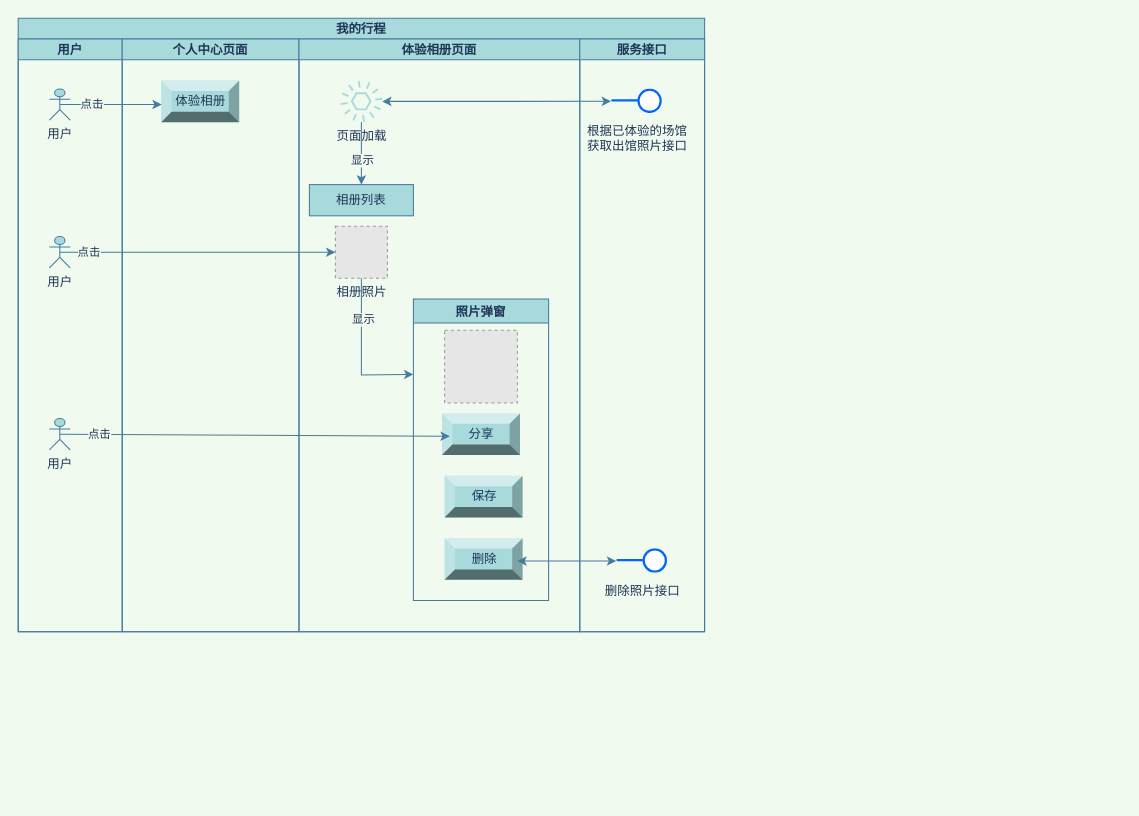
Before: page "我的行程" (6 of 8) of Untitled Diagram.drawio in LXX1029/process, a draw.io diagram. Source tidied: cells renumbered, new cells numbered last; positions are measured from the earlier drawing's top-left corner, leaving out a move shared by most shapes. Both pictures are drawn from the tidied source at 104%, with x=0, y=0 at pixel (18, 18). Pictures stored in the file or linked from it are replaced by grey dashed boxes.
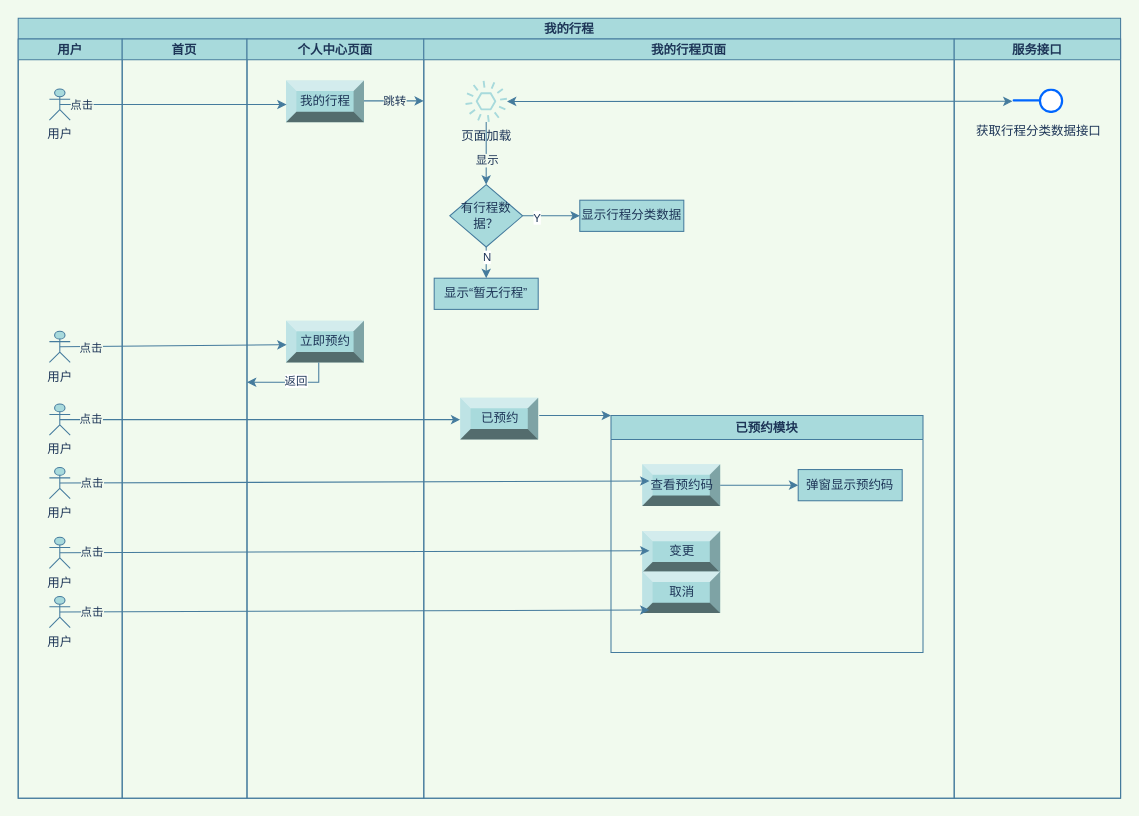
The same diagram, later.

Unchanged cells that the change refers to:
```xml
<mxCell id="4" value="用户" style="shape=umlActor;verticalLabelPosition=bottom;verticalAlign=top;html=1;outlineConnect=0;rounded=0;sketch=0;fontColor=#1D3557;strokeColor=#457B9D;fillColor=#A8DADC;" parent="3" vertex="1">
  <mxGeometry x="30" y="48" width="20" height="30" as="geometry" />
</mxCell>
<mxCell id="10" value="页面加载" style="sketch=0;outlineConnect=0;fontColor=#1D3557;fillColor=#A8DADC;strokeColor=none;dashed=0;verticalLabelPosition=bottom;verticalAlign=top;align=center;html=1;fontSize=12;fontStyle=0;shape=mxgraph.aws4.event;rounded=0;" parent="9" vertex="1">
  <mxGeometry x="40" y="40" width="40" height="40" as="geometry" />
</mxCell>
```

What changed in the source:
```diff
@@
     <mxCell id="2" value="我的行程" style="swimlane;startSize=20;fillColor=#A8DADC;strokeColor=#457B9D;fontColor=#1D3557;" parent="1" vertex="1">
-      <mxGeometry width="660" height="590" as="geometry" />
+      <mxGeometry width="1060" height="750" as="geometry" />
     </mxCell>
     <mxCell id="3" value="用户" style="swimlane;startSize=20;fillColor=#A8DADC;strokeColor=#457B9D;fontColor=#1D3557;" parent="2" vertex="1">
-      <mxGeometry y="20" width="100" height="570" as="geometry" />
+      <mxGeometry y="20" width="100" height="730" as="geometry" />
     </mxCell>
@@
     <mxCell id="5" value="用户" style="shape=umlActor;verticalLabelPosition=bottom;verticalAlign=top;html=1;outlineConnect=0;rounded=0;sketch=0;fontColor=#1D3557;strokeColor=#457B9D;fillColor=#A8DADC;" parent="3" vertex="1">
-      <mxGeometry x="30" y="190" width="20" height="30" as="geometry" />
+      <mxGeometry x="30" y="351" width="20" height="30" as="geometry" />
     </mxCell>
     <mxCell id="6" value="用户" style="shape=umlActor;verticalLabelPosition=bottom;verticalAlign=top;html=1;outlineConnect=0;rounded=0;sketch=0;fontColor=#1D3557;strokeColor=#457B9D;fillColor=#A8DADC;" parent="3" vertex="1">
-      <mxGeometry x="30" y="365" width="20" height="30" as="geometry" />
+      <mxGeometry x="30" y="412" width="20" height="30" as="geometry" />
     </mxCell>
+    <mxCell id="33" value="用户" style="shape=umlActor;verticalLabelPosition=bottom;verticalAlign=top;html=1;outlineConnect=0;rounded=0;sketch=0;fontColor=#1D3557;strokeColor=#457B9D;fillColor=#A8DADC;" parent="3" vertex="1">
+      <mxGeometry x="30" y="281" width="20" height="30" as="geometry" />
+    </mxCell>
+    <mxCell id="34" value="首页" style="swimlane;rounded=0;sketch=0;fontColor=#1D3557;strokeColor=#457B9D;fillColor=#A8DADC;startSize=20;" parent="2" vertex="1">
+      <mxGeometry x="100" y="20" width="120" height="730" as="geometry" />
+    </mxCell>
     <mxCell id="7" value="个人中心页面" style="swimlane;startSize=20;fillColor=#A8DADC;strokeColor=#457B9D;fontColor=#1D3557;" parent="2" vertex="1">
-      <mxGeometry x="100" y="20" width="170" height="570" as="geometry" />
+      <mxGeometry x="220" y="20" width="170" height="730" as="geometry" />
     </mxCell>
-    <mxCell id="8" value="体验相册" style="labelPosition=center;verticalLabelPosition=middle;align=center;html=1;shape=mxgraph.basic.shaded_button;dx=10;fillColor=#A8DADC;strokeColor=none;rounded=0;sketch=0;fontColor=#1D3557;" parent="7" vertex="1">
+    <mxCell id="8" value="我的行程" style="labelPosition=center;verticalLabelPosition=middle;align=center;html=1;shape=mxgraph.basic.shaded_button;dx=10;fillColor=#A8DADC;strokeColor=none;rounded=0;sketch=0;fontColor=#1D3557;" parent="7" vertex="1">
       <mxGeometry x="37.5" y="40" width="75" height="40" as="geometry" />
     </mxCell>
+    <mxCell id="35" value="立即预约" style="labelPosition=center;verticalLabelPosition=middle;align=center;html=1;shape=mxgraph.basic.shaded_button;dx=10;fillColor=#A8DADC;strokeColor=none;rounded=0;sketch=0;fontColor=#1D3557;" parent="7" vertex="1">
+      <mxGeometry x="37.5" y="271" width="75" height="40" as="geometry" />
+    </mxCell>
+    <mxCell id="36" style="endArrow=classic;html=1;rounded=1;sketch=0;fontColor=#1D3557;strokeColor=#457B9D;fillColor=#A8DADC;curved=0;labelBackgroundColor=#F1FAEE;" parent="7" edge="1">
+      <mxGeometry relative="1" as="geometry">
+        <mxPoint x="112.5" y="59.5" as="sourcePoint" />
+        <mxPoint x="170" y="59.5" as="targetPoint" />
+      </mxGeometry>
+    </mxCell>
+    <mxCell id="37" value="跳转" style="edgeLabel;html=1;align=center;verticalAlign=middle;fontColor=#1D3557;labelBackgroundColor=#F1FAEE;" parent="36" vertex="1">
+      <mxGeometry x="0.16" y="1" relative="1" as="geometry">
+        <mxPoint x="-4" y="1" as="offset" />
+      </mxGeometry>
+    </mxCell>
+    <mxCell id="22" style="endArrow=classic;html=1;rounded=1;sketch=0;fontColor=#1D3557;strokeColor=#457B9D;fillColor=#A8DADC;curved=0;exitX=0.5;exitY=0.5;exitDx=0;exitDy=0;exitPerimeter=0;entryX=0.007;entryY=0.575;entryDx=0;entryDy=0;entryPerimeter=0;labelBackgroundColor=#F1FAEE;" parent="2" edge="1" source="4" target="8">
+      <mxGeometry relative="1" as="geometry" />
+    </mxCell>
+    <mxCell id="23" value="点击" style="edgeLabel;html=1;align=center;verticalAlign=middle;fontColor=#1D3557;labelBackgroundColor=#F1FAEE;" parent="22" vertex="1">
+      <mxGeometry x="-0.28" y="1" relative="1" as="geometry">
+        <mxPoint x="-58" y="1" as="offset" />
+      </mxGeometry>
+    </mxCell>
-    <mxCell id="9" value="体验相册页面" style="swimlane;startSize=20;fillColor=#A8DADC;strokeColor=#457B9D;fontColor=#1D3557;" parent="2" vertex="1">
-      <mxGeometry x="270" y="20" width="270" height="570" as="geometry" />
+    <mxCell id="9" value="我的行程页面" style="swimlane;startSize=20;fillColor=#A8DADC;strokeColor=#457B9D;fontColor=#1D3557;" parent="2" vertex="1">
+      <mxGeometry x="390" y="20" width="510" height="730" as="geometry" />
     </mxCell>
@@
-    <mxCell id="11" value="相册列表" style="rounded=0;whiteSpace=wrap;html=1;sketch=0;fontColor=#1D3557;strokeColor=#457B9D;fillColor=#A8DADC;" parent="9" vertex="1">
-      <mxGeometry x="10" y="140" width="100" height="30" as="geometry" />
+    <mxCell id="11" value="显示行程分类数据" style="rounded=0;whiteSpace=wrap;html=1;sketch=0;fontColor=#1D3557;strokeColor=#457B9D;fillColor=#A8DADC;" parent="9" vertex="1">
+      <mxGeometry x="150" y="155" width="100" height="30" as="geometry" />
     </mxCell>
-    <mxCell id="12" style="endArrow=classic;html=1;rounded=1;sketch=0;fontColor=#1D3557;strokeColor=#457B9D;fillColor=#A8DADC;curved=0;labelBackgroundColor=#F1FAEE;" parent="9" edge="1" source="10" target="11">
+    <mxCell id="12" style="endArrow=classic;html=1;rounded=1;sketch=0;fontColor=#1D3557;strokeColor=#457B9D;fillColor=#A8DADC;curved=0;labelBackgroundColor=#F1FAEE;" parent="9" edge="1" source="10" target="38">
       <mxGeometry relative="1" as="geometry" />
     </mxCell>
@@
-    <mxCell id="14" value="相册照片" style="fillColor=#E6E6E6;strokeColor=#999999;dashed=1;html=1;verticalAlign=top;verticalLabelPosition=bottom;labelBackgroundColor=#F1FAEE;fontColor=#1D3557;" parent="9" vertex="1">
-      <mxGeometry x="35" y="180" width="50" height="50" as="geometry" />
-    </mxCell>
-    <mxCell id="15" value="照片弹窗" style="swimlane;rounded=0;sketch=0;fontColor=#1D3557;strokeColor=#457B9D;fillColor=#A8DADC;" parent="9" vertex="1">
-      <mxGeometry x="110" y="250" width="130" height="290" as="geometry" />
-    </mxCell>
-    <mxCell id="16" style="fillColor=#E6E6E6;strokeColor=#999999;dashed=1;html=1;verticalAlign=top;verticalLabelPosition=bottom;labelBackgroundColor=#F1FAEE;fontColor=#1D3557;" parent="15" vertex="1">
-      <mxGeometry x="30" y="30" width="70" height="70" as="geometry" />
-    </mxCell>
-    <mxCell id="17" value="分享" style="labelPosition=center;verticalLabelPosition=middle;align=center;html=1;shape=mxgraph.basic.shaded_button;dx=10;fillColor=#A8DADC;strokeColor=none;rounded=0;sketch=0;fontColor=#1D3557;" parent="15" vertex="1">
-      <mxGeometry x="27.5" y="110" width="75" height="40" as="geometry" />
-    </mxCell>
-    <mxCell id="18" value="保存" style="labelPosition=center;verticalLabelPosition=middle;align=center;html=1;shape=mxgraph.basic.shaded_button;dx=10;fillColor=#A8DADC;strokeColor=none;rounded=0;sketch=0;fontColor=#1D3557;" parent="15" vertex="1">
-      <mxGeometry x="30" y="170" width="75" height="40" as="geometry" />
-    </mxCell>
-    <mxCell id="19" value="删除" style="labelPosition=center;verticalLabelPosition=middle;align=center;html=1;shape=mxgraph.basic.shaded_button;dx=10;fillColor=#A8DADC;strokeColor=none;rounded=0;sketch=0;fontColor=#1D3557;" parent="15" vertex="1">
-      <mxGeometry x="30" y="230" width="75" height="40" as="geometry" />
-    </mxCell>
-    <mxCell id="20" style="endArrow=classic;html=1;rounded=0;sketch=0;fontColor=#1D3557;strokeColor=#457B9D;fillColor=#A8DADC;entryX=0;entryY=0.25;entryDx=0;entryDy=0;labelBackgroundColor=#F1FAEE;" parent="9" edge="1" source="14" target="15">
-      <mxGeometry relative="1" as="geometry">
-        <Array as="points">
-          <mxPoint x="60" y="323" />
-        </Array>
-      </mxGeometry>
-    </mxCell>
-    <mxCell id="21" value="显示" style="edgeLabel;html=1;align=center;verticalAlign=middle;fontColor=#1D3557;labelBackgroundColor=#F1FAEE;" parent="20" vertex="1">
-      <mxGeometry x="-0.46" y="1" relative="1" as="geometry" />
-    </mxCell>
-    <mxCell id="22" style="endArrow=classic;html=1;rounded=1;sketch=0;fontColor=#1D3557;strokeColor=#457B9D;fillColor=#A8DADC;curved=0;exitX=0.5;exitY=0.5;exitDx=0;exitDy=0;exitPerimeter=0;entryX=0.007;entryY=0.575;entryDx=0;entryDy=0;entryPerimeter=0;labelBackgroundColor=#F1FAEE;" parent="2" edge="1" source="4" target="8">
-      <mxGeometry relative="1" as="geometry" />
-    </mxCell>
-    <mxCell id="23" value="点击" style="edgeLabel;html=1;align=center;verticalAlign=middle;fontColor=#1D3557;labelBackgroundColor=#F1FAEE;" parent="22" vertex="1">
-      <mxGeometry x="-0.28" y="1" relative="1" as="geometry">
-        <mxPoint x="-5" as="offset" />
-      </mxGeometry>
-    </mxCell>
+    <mxCell id="38" value="有行程数据？" style="rhombus;whiteSpace=wrap;html=1;rounded=0;sketch=0;fontColor=#1D3557;strokeColor=#457B9D;fillColor=#A8DADC;" parent="9" vertex="1">
+      <mxGeometry x="25" y="140" width="70" height="60" as="geometry" />
+    </mxCell>
+    <mxCell id="39" style="endArrow=classic;html=1;rounded=1;sketch=0;fontColor=#1D3557;strokeColor=#457B9D;fillColor=#A8DADC;curved=0;exitX=1;exitY=0.5;exitDx=0;exitDy=0;entryX=0;entryY=0.5;entryDx=0;entryDy=0;" parent="9" edge="1" source="38" target="11">
+      <mxGeometry relative="1" as="geometry" />
+    </mxCell>
+    <mxCell id="40" value="Y" style="edgeLabel;html=1;align=center;verticalAlign=middle;fontColor=#1D3557;" parent="39" vertex="1">
+      <mxGeometry x="-0.53" y="-1" relative="1" as="geometry" />
+    </mxCell>
+    <mxCell id="41" value="显示“暂无行程”" style="rounded=0;whiteSpace=wrap;html=1;sketch=0;fontColor=#1D3557;strokeColor=#457B9D;fillColor=#A8DADC;" parent="9" vertex="1">
+      <mxGeometry x="10" y="230" width="100" height="30" as="geometry" />
+    </mxCell>
+    <mxCell id="42" style="endArrow=classic;html=1;rounded=1;sketch=0;fontColor=#1D3557;strokeColor=#457B9D;fillColor=#A8DADC;curved=0;exitX=0.5;exitY=1;exitDx=0;exitDy=0;entryX=0.5;entryY=0;entryDx=0;entryDy=0;" parent="9" edge="1" source="38" target="41">
+      <mxGeometry relative="1" as="geometry" />
+    </mxCell>
+    <mxCell id="43" value="N" style="edgeLabel;html=1;align=center;verticalAlign=middle;fontColor=#1D3557;" parent="42" vertex="1">
+      <mxGeometry x="-0.37" relative="1" as="geometry" />
+    </mxCell>
+    <mxCell id="44" value="已预约模块" style="swimlane;rounded=0;sketch=0;fontColor=#1D3557;strokeColor=#457B9D;fillColor=#A8DADC;" parent="9" vertex="1">
+      <mxGeometry x="180" y="362" width="300" height="228" as="geometry" />
+    </mxCell>
+    <mxCell id="45" value="查看预约码" style="labelPosition=center;verticalLabelPosition=middle;align=center;html=1;shape=mxgraph.basic.shaded_button;dx=10;fillColor=#A8DADC;strokeColor=none;rounded=0;sketch=0;fontColor=#1D3557;" parent="44" vertex="1">
+      <mxGeometry x="30" y="47" width="75" height="40" as="geometry" />
+    </mxCell>
+    <mxCell id="46" value="变更" style="labelPosition=center;verticalLabelPosition=middle;align=center;html=1;shape=mxgraph.basic.shaded_button;dx=10;fillColor=#A8DADC;strokeColor=none;rounded=0;sketch=0;fontColor=#1D3557;" parent="44" vertex="1">
+      <mxGeometry x="30" y="111" width="75" height="40" as="geometry" />
+    </mxCell>
+    <mxCell id="47" value="取消" style="labelPosition=center;verticalLabelPosition=middle;align=center;html=1;shape=mxgraph.basic.shaded_button;dx=10;fillColor=#A8DADC;strokeColor=none;rounded=0;sketch=0;fontColor=#1D3557;" parent="44" vertex="1">
+      <mxGeometry x="30" y="150" width="75" height="40" as="geometry" />
+    </mxCell>
+    <mxCell id="48" value="弹窗显示预约码" style="rounded=0;whiteSpace=wrap;html=1;sketch=0;fontColor=#1D3557;strokeColor=#457B9D;fillColor=#A8DADC;" parent="44" vertex="1">
+      <mxGeometry x="180" y="52" width="100" height="30" as="geometry" />
+    </mxCell>
+    <mxCell id="49" value="已预约" style="labelPosition=center;verticalLabelPosition=middle;align=center;html=1;shape=mxgraph.basic.shaded_button;dx=10;fillColor=#A8DADC;strokeColor=none;rounded=0;sketch=0;fontColor=#1D3557;" parent="9" vertex="1">
+      <mxGeometry x="35" y="345" width="75" height="40" as="geometry" />
+    </mxCell>
+    <mxCell id="50" style="endArrow=classic;html=1;rounded=0;sketch=0;fontColor=#1D3557;strokeColor=#457B9D;fillColor=#A8DADC;exitX=1.013;exitY=0.425;exitDx=0;exitDy=0;exitPerimeter=0;entryX=0;entryY=0;entryDx=0;entryDy=0;" parent="9" edge="1" source="49" target="44">
+      <mxGeometry relative="1" as="geometry" />
+    </mxCell>
     <mxCell id="24" value="服务接口" style="swimlane;rounded=0;sketch=0;fontColor=#1D3557;strokeColor=#457B9D;fillColor=#A8DADC;startSize=20;" parent="2" vertex="1">
-      <mxGeometry x="540" y="20" width="120" height="570" as="geometry" />
+      <mxGeometry x="900" y="20" width="160" height="730" as="geometry" />
     </mxCell>
-    <mxCell id="25" value="根据已体验的场馆&lt;br&gt;获取出馆照片接口" style="perimeter=ellipsePerimeter;html=1;align=center;shadow=0;dashed=0;spacingTop=3;image;image=img/lib/active_directory/interface.svg;rounded=0;sketch=0;fontColor=#1D3557;strokeColor=#457B9D;fillColor=#A8DADC;labelBackgroundColor=#F1FAEE;" parent="24" vertex="1">
-      <mxGeometry x="30" y="48.2" width="50" height="23.5" as="geometry" />
+    <mxCell id="25" value="获取行程分类数据接口" style="perimeter=ellipsePerimeter;html=1;align=center;shadow=0;dashed=0;spacingTop=3;image;image=img/lib/active_directory/interface.svg;rounded=0;sketch=0;fontColor=#1D3557;strokeColor=#457B9D;fillColor=#A8DADC;labelBackgroundColor=#F1FAEE;" parent="24" vertex="1">
+      <mxGeometry x="56" y="48.2" width="50" height="23.5" as="geometry" />
     </mxCell>
-    <mxCell id="26" value="删除照片接口" style="perimeter=ellipsePerimeter;html=1;align=center;shadow=0;dashed=0;spacingTop=3;image;image=img/lib/active_directory/interface.svg;rounded=0;sketch=0;fontColor=#1D3557;strokeColor=#457B9D;fillColor=#A8DADC;labelBackgroundColor=#F1FAEE;" parent="24" vertex="1">
-      <mxGeometry x="35" y="490.2" width="50" height="23.5" as="geometry" />
-    </mxCell>
@@
-    <mxCell id="28" style="endArrow=classic;html=1;rounded=1;sketch=0;fontColor=#1D3557;strokeColor=#457B9D;fillColor=#A8DADC;curved=0;exitX=0.5;exitY=0.5;exitDx=0;exitDy=0;exitPerimeter=0;entryX=0;entryY=0.5;entryDx=0;entryDy=0;labelBackgroundColor=#F1FAEE;" parent="2" edge="1" source="5" target="14">
-      <mxGeometry relative="1" as="geometry" />
+    <mxCell id="28" style="endArrow=classic;html=1;rounded=1;sketch=0;fontColor=#1D3557;strokeColor=#457B9D;fillColor=#A8DADC;curved=0;exitX=0.5;exitY=0.5;exitDx=0;exitDy=0;exitPerimeter=0;entryX=0;entryY=0.5;entryDx=0;entryDy=0;labelBackgroundColor=#F1FAEE;" parent="2" edge="1" source="5">
+      <mxGeometry relative="1" as="geometry">
+        <mxPoint x="425" y="386" as="targetPoint" />
+      </mxGeometry>
     </mxCell>
     <mxCell id="29" value="点击" style="edgeLabel;html=1;align=center;verticalAlign=middle;fontColor=#1D3557;labelBackgroundColor=#F1FAEE;" parent="28" vertex="1">
       <mxGeometry x="-0.79" y="-1" relative="1" as="geometry">
-        <mxPoint x="-1" y="-2" as="offset" />
+        <mxPoint x="-11" y="-2" as="offset" />
       </mxGeometry>
     </mxCell>
-    <mxCell id="30" style="endArrow=classic;html=1;rounded=1;sketch=0;fontColor=#1D3557;strokeColor=#457B9D;fillColor=#A8DADC;curved=0;exitX=0.5;exitY=0.5;exitDx=0;exitDy=0;exitPerimeter=0;entryX=0.1;entryY=0.55;entryDx=0;entryDy=0;labelBackgroundColor=#F1FAEE;entryPerimeter=0;" parent="2" edge="1" source="6" target="17">
+    <mxCell id="30" style="endArrow=classic;html=1;rounded=1;sketch=0;fontColor=#1D3557;strokeColor=#457B9D;fillColor=#A8DADC;curved=0;exitX=0.5;exitY=0.5;exitDx=0;exitDy=0;exitPerimeter=0;labelBackgroundColor=#F1FAEE;entryX=0.093;entryY=0.4;entryDx=0;entryDy=0;entryPerimeter=0;" parent="2" edge="1" source="6" target="45">
       <mxGeometry relative="1" as="geometry" />
     </mxCell>
     <mxCell id="31" value="点击" style="edgeLabel;html=1;align=center;verticalAlign=middle;fontColor=#1D3557;labelBackgroundColor=#F1FAEE;" parent="30" vertex="1">
       <mxGeometry x="-0.79" y="-1" relative="1" as="geometry">
-        <mxPoint x="-1" y="-2" as="offset" />
+        <mxPoint x="-30" y="-1" as="offset" />
       </mxGeometry>
     </mxCell>
-    <mxCell id="32" style="endArrow=classic;startArrow=classic;html=1;rounded=0;sketch=0;fontColor=#1D3557;strokeColor=#457B9D;fillColor=#A8DADC;exitX=0.933;exitY=0.55;exitDx=0;exitDy=0;exitPerimeter=0;entryX=0;entryY=0.5;entryDx=0;entryDy=0;labelBackgroundColor=#F1FAEE;" parent="2" edge="1" source="19" target="26">
-      <mxGeometry relative="1" as="geometry" />
-    </mxCell>
+    <mxCell id="51" style="endArrow=classic;html=1;rounded=1;sketch=0;fontColor=#1D3557;strokeColor=#457B9D;fillColor=#A8DADC;curved=0;exitX=0.5;exitY=0.5;exitDx=0;exitDy=0;exitPerimeter=0;entryX=0.007;entryY=0.575;entryDx=0;entryDy=0;entryPerimeter=0;labelBackgroundColor=#F1FAEE;" parent="2" edge="1" source="33" target="35">
+      <mxGeometry relative="1" as="geometry" />
+    </mxCell>
+    <mxCell id="52" value="点击" style="edgeLabel;html=1;align=center;verticalAlign=middle;fontColor=#1D3557;labelBackgroundColor=#F1FAEE;" parent="51" vertex="1">
+      <mxGeometry x="-0.28" y="1" relative="1" as="geometry">
+        <mxPoint x="-48" y="2" as="offset" />
+      </mxGeometry>
+    </mxCell>
+    <mxCell id="53" style="endArrow=classic;html=1;rounded=0;sketch=0;fontColor=#1D3557;strokeColor=#457B9D;fillColor=#A8DADC;exitX=0.42;exitY=1;exitDx=0;exitDy=0;exitPerimeter=0;" parent="1" edge="1" source="35">
+      <mxGeometry relative="1" as="geometry">
+        <mxPoint x="220" y="350" as="targetPoint" />
+        <Array as="points">
+          <mxPoint x="289" y="350" />
+        </Array>
+      </mxGeometry>
+    </mxCell>
+    <mxCell id="54" value="返回" style="edgeLabel;html=1;align=center;verticalAlign=middle;fontColor=#1D3557;" parent="53" vertex="1">
+      <mxGeometry x="-0.14" y="1" relative="1" as="geometry">
+        <mxPoint x="-4" y="-3" as="offset" />
+      </mxGeometry>
+    </mxCell>
+    <mxCell id="55" value="用户" style="shape=umlActor;verticalLabelPosition=bottom;verticalAlign=top;html=1;outlineConnect=0;rounded=0;sketch=0;fontColor=#1D3557;strokeColor=#457B9D;fillColor=#A8DADC;" parent="1" vertex="1">
+      <mxGeometry x="30" y="499" width="20" height="30" as="geometry" />
+    </mxCell>
+    <mxCell id="56" style="endArrow=classic;html=1;rounded=1;sketch=0;fontColor=#1D3557;strokeColor=#457B9D;fillColor=#A8DADC;curved=0;exitX=0.5;exitY=0.5;exitDx=0;exitDy=0;exitPerimeter=0;labelBackgroundColor=#F1FAEE;entryX=0.093;entryY=0.4;entryDx=0;entryDy=0;entryPerimeter=0;" parent="1" edge="1" source="55">
+      <mxGeometry relative="1" as="geometry">
+        <mxPoint x="607" y="512" as="targetPoint" />
+      </mxGeometry>
+    </mxCell>
+    <mxCell id="57" value="点击" style="edgeLabel;html=1;align=center;verticalAlign=middle;fontColor=#1D3557;labelBackgroundColor=#F1FAEE;" parent="56" vertex="1">
+      <mxGeometry x="-0.79" y="-1" relative="1" as="geometry">
+        <mxPoint x="-30" y="-1" as="offset" />
+      </mxGeometry>
+    </mxCell>
+    <mxCell id="58" value="用户" style="shape=umlActor;verticalLabelPosition=bottom;verticalAlign=top;html=1;outlineConnect=0;rounded=0;sketch=0;fontColor=#1D3557;strokeColor=#457B9D;fillColor=#A8DADC;" parent="1" vertex="1">
+      <mxGeometry x="30" y="556" width="20" height="30" as="geometry" />
+    </mxCell>
+    <mxCell id="59" style="endArrow=classic;html=1;rounded=1;sketch=0;fontColor=#1D3557;strokeColor=#457B9D;fillColor=#A8DADC;curved=0;exitX=0.5;exitY=0.5;exitDx=0;exitDy=0;exitPerimeter=0;labelBackgroundColor=#F1FAEE;entryX=0.093;entryY=0.4;entryDx=0;entryDy=0;entryPerimeter=0;" parent="1" edge="1" source="58">
+      <mxGeometry relative="1" as="geometry">
+        <mxPoint x="607" y="569" as="targetPoint" />
+      </mxGeometry>
+    </mxCell>
+    <mxCell id="60" value="点击" style="edgeLabel;html=1;align=center;verticalAlign=middle;fontColor=#1D3557;labelBackgroundColor=#F1FAEE;" parent="59" vertex="1">
+      <mxGeometry x="-0.79" y="-1" relative="1" as="geometry">
+        <mxPoint x="-30" y="-1" as="offset" />
+      </mxGeometry>
+    </mxCell>
+    <mxCell id="61" style="endArrow=classic;html=1;rounded=0;sketch=0;fontColor=#1D3557;strokeColor=#457B9D;fillColor=#A8DADC;" parent="1" edge="1" source="45">
+      <mxGeometry relative="1" as="geometry">
+        <mxPoint x="750" y="449" as="targetPoint" />
+      </mxGeometry>
+    </mxCell>
```
